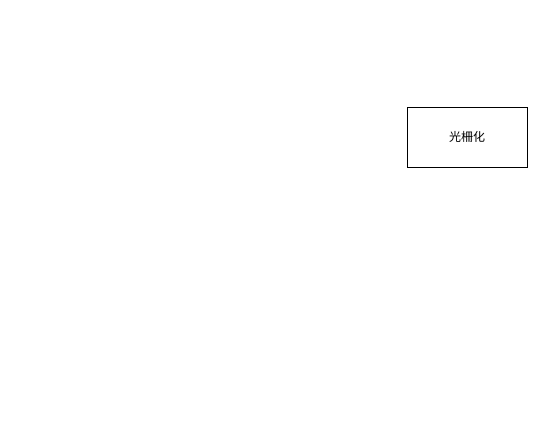
Above: 3DNR.drawio in GPL1024/BigNews (draw.io), before the change. Source tidied: cells renumbered, new cells numbered last; positions are measured from the earlier drawing's top-left corner, leaving out a move shared by most shapes. Both pictures are drawn from the tidied source at 100%, with x=0, y=0 at pixel (407, 107).
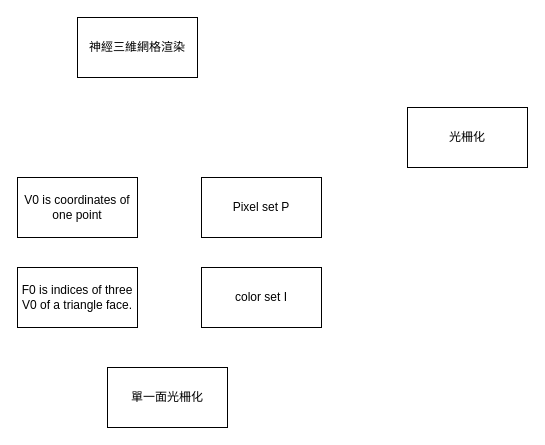
Above is the later version.

Diff of the diagram source:
```diff
@@
 <mxGraphModel>
   <root>
     <mxCell id="0" />
     <mxCell id="1" parent="0" />
     <mxCell id="2" value="光柵化" style="rounded=0;whiteSpace=wrap;html=1;" parent="1" vertex="1">
       <mxGeometry width="120" height="60" as="geometry" />
     </mxCell>
+    <mxCell id="3" value="神經三維網格渲染" style="rounded=0;whiteSpace=wrap;html=1;" parent="1" vertex="1">
+      <mxGeometry x="-330" y="-90" width="120" height="60" as="geometry" />
+    </mxCell>
+    <mxCell id="4" value="V0 is coordinates of one point" style="rounded=0;whiteSpace=wrap;html=1;" parent="1" vertex="1">
+      <mxGeometry x="-390" y="70" width="120" height="60" as="geometry" />
+    </mxCell>
+    <mxCell id="5" value="F0 is indices of three V0 of a triangle face." style="rounded=0;whiteSpace=wrap;html=1;" parent="1" vertex="1">
+      <mxGeometry x="-390" y="160" width="120" height="60" as="geometry" />
+    </mxCell>
+    <mxCell id="6" value="Pixel set P" style="rounded=0;whiteSpace=wrap;html=1;" parent="1" vertex="1">
+      <mxGeometry x="-206" y="70" width="120" height="60" as="geometry" />
+    </mxCell>
+    <mxCell id="7" value="color set I" style="rounded=0;whiteSpace=wrap;html=1;" parent="1" vertex="1">
+      <mxGeometry x="-206" y="160" width="120" height="60" as="geometry" />
+    </mxCell>
+    <mxCell id="8" value="單一面光柵化" style="rounded=0;whiteSpace=wrap;html=1;" parent="1" vertex="1">
+      <mxGeometry x="-300" y="260" width="120" height="60" as="geometry" />
+    </mxCell>
   </root>
 </mxGraphModel>
```
